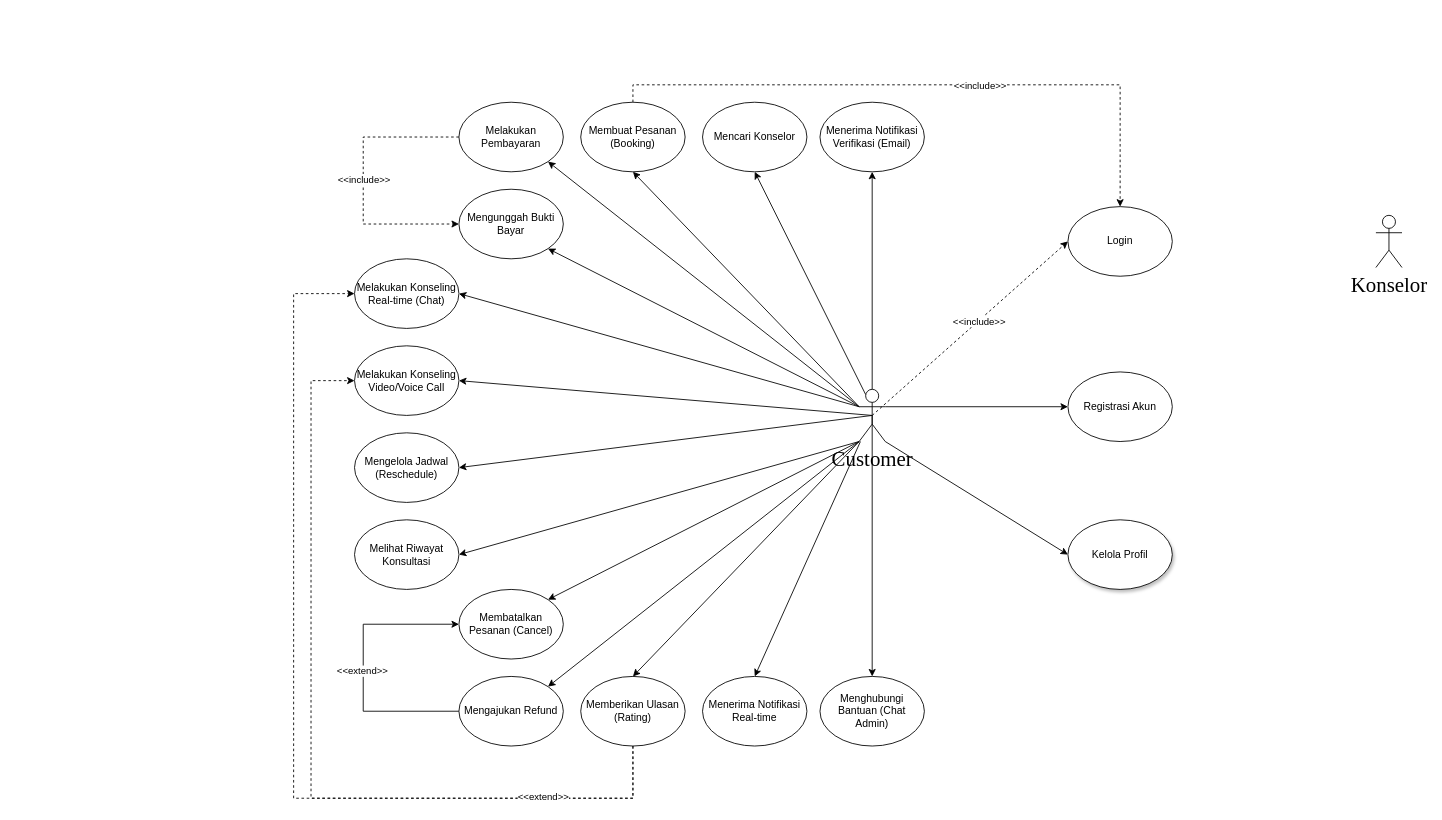
Above: Use Case Diagram.drawio in UlulAzmiALatala/moodly-app (draw.io), before the change. Source tidied: cells renumbered, new cells numbered last; positions are measured from the earlier drawing's top-left corner, leaving out a move shared by most shapes. Both pictures are drawn from the tidied source at 87%, with x=0, y=0 at pixel (293, 102).
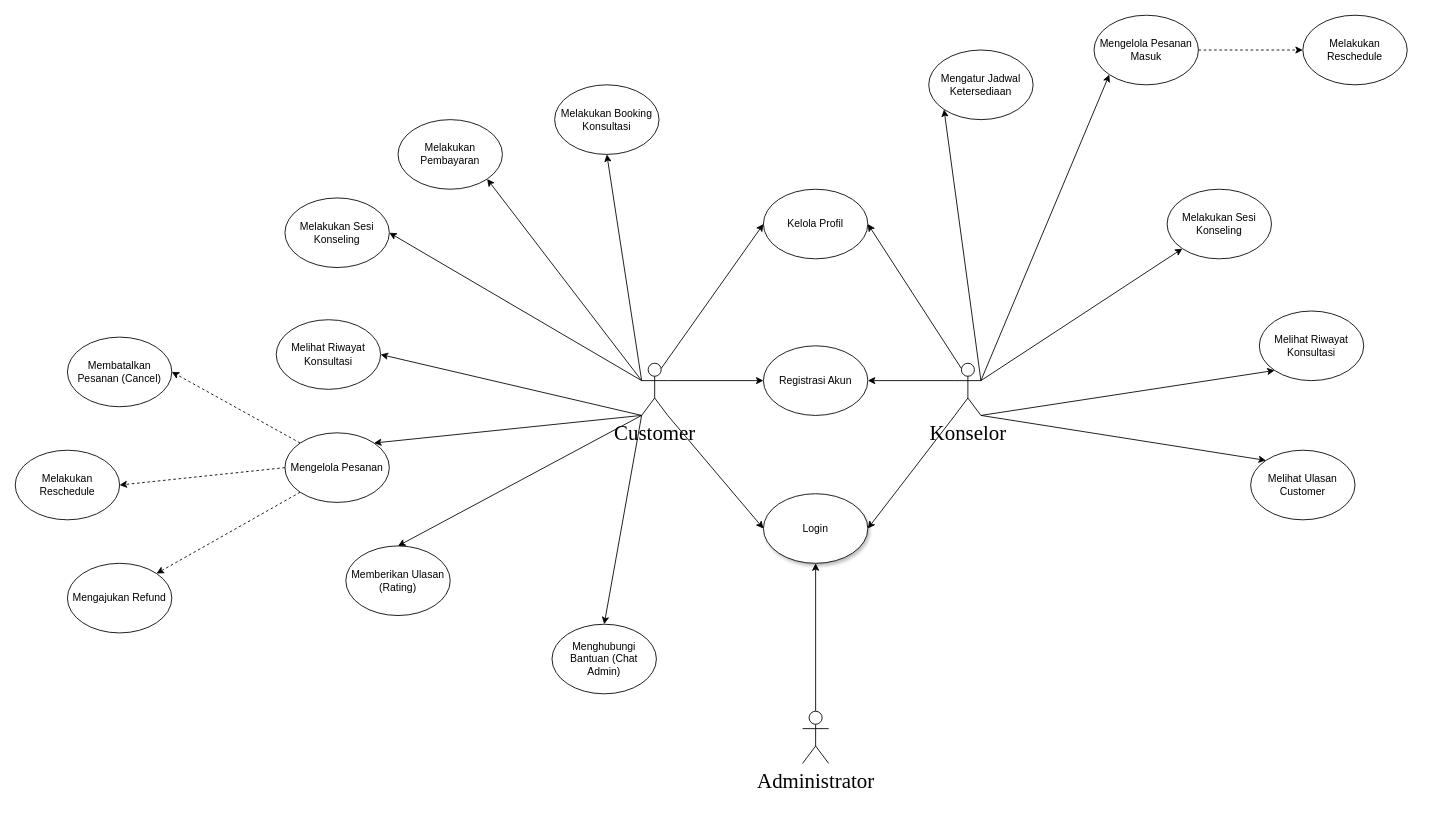
After the change.

What changed in the source:
```diff
@@
-    <mxCell id="2" style="rounded=0;jettySize=auto;html=1;exitX=0.5;exitY=0.5;exitDx=0;exitDy=0;exitPerimeter=0;entryX=0;entryY=0.5;entryDx=0;entryDy=0;dashed=1;" parent="1" edge="1" source="20" target="32">
+    <mxCell id="2" style="rounded=0;jettySize=auto;html=1;exitX=0.75;exitY=0.1;exitDx=0;exitDy=0;exitPerimeter=0;entryX=0;entryY=0.5;entryDx=0;entryDy=0;" parent="1" edge="1" source="20" target="32">
       <mxGeometry relative="1" as="geometry" />
     </mxCell>
-    <mxCell id="3" value="&amp;lt;&amp;lt;include&amp;gt;&amp;gt;" style="edgeLabel;html=1;align=center;verticalAlign=middle;" parent="2" vertex="1">
-      <mxGeometry x="0.08" y="-1" relative="1" as="geometry">
-        <mxPoint y="-1" as="offset" />
-      </mxGeometry>
-    </mxCell>
@@
-    <mxCell id="6" style="rounded=0;jettySize=auto;html=1;exitX=0.5;exitY=0;exitDx=0;exitDy=0;exitPerimeter=0;entryX=0.5;entryY=1;entryDx=0;entryDy=0;" parent="1" edge="1" source="20" target="25">
-      <mxGeometry relative="1" as="geometry" />
-    </mxCell>
-    <mxCell id="7" style="rounded=0;jettySize=auto;html=1;exitX=0.5;exitY=0.5;exitDx=0;exitDy=0;exitPerimeter=0;entryX=0.5;entryY=0;entryDx=0;entryDy=0;" parent="1" edge="1" source="20" target="46">
+    <mxCell id="7" style="rounded=0;jettySize=auto;html=1;exitX=0;exitY=1;exitDx=0;exitDy=0;exitPerimeter=0;entryX=0.5;entryY=0;entryDx=0;entryDy=0;" parent="1" edge="1" source="20" target="46">
       <mxGeometry relative="1" as="geometry" />
     </mxCell>
-    <mxCell id="8" style="rounded=0;jettySize=auto;html=1;exitX=0.25;exitY=0.1;exitDx=0;exitDy=0;exitPerimeter=0;entryX=0.5;entryY=1;entryDx=0;entryDy=0;" parent="1" edge="1" source="20" target="30">
-      <mxGeometry relative="1" as="geometry" />
-    </mxCell>
@@
-    <mxCell id="10" style="rounded=0;jettySize=auto;html=1;exitX=0.5;exitY=0.5;exitDx=0;exitDy=0;exitPerimeter=0;entryX=1;entryY=0.5;entryDx=0;entryDy=0;" parent="1" edge="1" source="20" target="22">
-      <mxGeometry relative="1" as="geometry" />
-    </mxCell>
-    <mxCell id="11" style="rounded=0;jettySize=auto;html=1;exitX=0.5;exitY=0.5;exitDx=0;exitDy=0;exitPerimeter=0;entryX=1;entryY=0.5;entryDx=0;entryDy=0;" parent="1" edge="1" source="20" target="26">
-      <mxGeometry relative="1" as="geometry" />
-    </mxCell>
@@
-    <mxCell id="13" style="rounded=0;jettySize=auto;html=1;exitX=0;exitY=0.3333333333333333;exitDx=0;exitDy=0;exitPerimeter=0;entryX=1;entryY=1;entryDx=0;entryDy=0;" parent="1" edge="1" source="20" target="23">
-      <mxGeometry relative="1" as="geometry" />
-    </mxCell>
@@
-    <mxCell id="16" style="rounded=0;jettySize=auto;html=1;exitX=0;exitY=1;exitDx=0;exitDy=0;exitPerimeter=0;entryX=1;entryY=0;entryDx=0;entryDy=0;" parent="1" edge="1" source="20" target="37">
-      <mxGeometry relative="1" as="geometry" />
-    </mxCell>
@@
-    <mxCell id="19" style="rounded=0;jettySize=auto;html=1;entryX=0.5;entryY=0;entryDx=0;entryDy=0;" parent="1" edge="1" source="20" target="45">
-      <mxGeometry relative="1" as="geometry" />
-    </mxCell>
     <mxCell id="20" value="&lt;font face=&quot;Times New Roman&quot; style=&quot;font-size: 24px;&quot;&gt;Customer&lt;/font&gt;" style="shape=umlActor;verticalLabelPosition=bottom;verticalAlign=top;html=1;outlineConnect=0;" parent="1" vertex="1">
-      <mxGeometry x="650" y="330" width="30" height="60" as="geometry" />
+      <mxGeometry x="400" y="300" width="30" height="60" as="geometry" />
     </mxCell>
-    <mxCell id="21" value="Kelola Profil" style="ellipse;whiteSpace=wrap;html=1;shadow=1;" parent="1" vertex="1">
-      <mxGeometry x="890" y="480" width="120" height="80" as="geometry" />
+    <mxCell id="21" value="Login" style="ellipse;whiteSpace=wrap;html=1;shadow=1;" parent="1" vertex="1">
+      <mxGeometry x="540" y="450" width="120" height="80" as="geometry" />
     </mxCell>
-    <mxCell id="22" value="Mengelola Jadwal (Reschedule)" style="ellipse;whiteSpace=wrap;html=1;" parent="1" vertex="1">
-      <mxGeometry x="70" y="380" width="120" height="80" as="geometry" />
+    <mxCell id="22" value="Melakukan Reschedule" style="ellipse;whiteSpace=wrap;html=1;" parent="1" vertex="1">
+      <mxGeometry x="-320" y="400" width="120" height="80" as="geometry" />
     </mxCell>
-    <mxCell id="23" value="Mengunggah Bukti Bayar" style="ellipse;whiteSpace=wrap;html=1;" parent="1" vertex="1">
-      <mxGeometry x="190" y="100" width="120" height="80" as="geometry" />
-    </mxCell>
     <mxCell id="24" value="Registrasi Akun" style="ellipse;whiteSpace=wrap;html=1;" parent="1" vertex="1">
-      <mxGeometry x="890" y="310" width="120" height="80" as="geometry" />
+      <mxGeometry x="540" y="280" width="120" height="80" as="geometry" />
     </mxCell>
-    <mxCell id="25" value="Menerima Notifikasi Verifikasi (Email)" style="ellipse;whiteSpace=wrap;html=1;" parent="1" vertex="1">
-      <mxGeometry x="605" width="120" height="80" as="geometry" />
-    </mxCell>
-    <mxCell id="26" value="Melakukan Konseling Video/Voice Call" style="ellipse;whiteSpace=wrap;html=1;" parent="1" vertex="1">
-      <mxGeometry x="70" y="280" width="120" height="80" as="geometry" />
-    </mxCell>
-    <mxCell id="27" style="rounded=0;jettySize=auto;html=1;exitX=0.5;exitY=0;exitDx=0;exitDy=0;entryX=0.5;entryY=0;entryDx=0;entryDy=0;edgeStyle=orthogonalEdgeStyle;dashed=1;" parent="1" edge="1" source="29" target="32">
-      <mxGeometry relative="1" as="geometry" />
-    </mxCell>
-    <mxCell id="28" value="&amp;lt;&amp;lt;include&amp;gt;&amp;gt;" style="edgeLabel;html=1;align=center;verticalAlign=middle;" parent="27" vertex="1">
-      <mxGeometry x="0.15" relative="1" as="geometry">
-        <mxPoint x="4" as="offset" />
-      </mxGeometry>
-    </mxCell>
-    <mxCell id="29" value="Membuat Pesanan (Booking)" style="ellipse;whiteSpace=wrap;html=1;" parent="1" vertex="1">
-      <mxGeometry x="330" width="120" height="80" as="geometry" />
+    <mxCell id="29" value="Melakukan Booking Konsultasi" style="ellipse;whiteSpace=wrap;html=1;" parent="1" vertex="1">
+      <mxGeometry x="300" y="-20" width="120" height="80" as="geometry" />
     </mxCell>
-    <mxCell id="30" value="Mencari Konselor" style="ellipse;whiteSpace=wrap;html=1;" parent="1" vertex="1">
-      <mxGeometry x="470" width="120" height="80" as="geometry" />
-    </mxCell>
-    <mxCell id="31" value="&lt;p&gt;Melakukan Konseling Real-time (Chat)&lt;/p&gt;" style="ellipse;whiteSpace=wrap;html=1;" parent="1" vertex="1">
-      <mxGeometry x="70" y="180" width="120" height="80" as="geometry" />
+    <mxCell id="31" value="&lt;p&gt;Melakukan Sesi Konseling&lt;/p&gt;" style="ellipse;whiteSpace=wrap;html=1;" parent="1" vertex="1">
+      <mxGeometry x="-10" y="110" width="120" height="80" as="geometry" />
     </mxCell>
-    <mxCell id="32" value="Login" style="ellipse;whiteSpace=wrap;html=1;" parent="1" vertex="1">
-      <mxGeometry x="890" y="120" width="120" height="80" as="geometry" />
+    <mxCell id="32" value="Kelola Profil" style="ellipse;whiteSpace=wrap;html=1;" parent="1" vertex="1">
+      <mxGeometry x="540" y="100" width="120" height="80" as="geometry" />
     </mxCell>
-    <mxCell id="33" style="edgeStyle=orthogonalEdgeStyle;rounded=0;jettySize=auto;html=1;exitX=0;exitY=0.5;exitDx=0;exitDy=0;entryX=0;entryY=0.5;entryDx=0;entryDy=0;dashed=1;" parent="1" edge="1" source="35" target="23">
-      <mxGeometry relative="1" as="geometry">
-        <Array as="points">
-          <mxPoint x="80" y="40" />
-          <mxPoint x="80" y="140" />
-        </Array>
-      </mxGeometry>
-    </mxCell>
-    <mxCell id="34" value="&amp;lt;&amp;lt;include&amp;gt;&amp;gt;" style="edgeLabel;html=1;align=center;verticalAlign=middle;" parent="33" vertex="1">
-      <mxGeometry x="-0.02" relative="1" as="geometry">
-        <mxPoint y="1" as="offset" />
-      </mxGeometry>
-    </mxCell>
     <mxCell id="35" value="Melakukan Pembayaran" style="ellipse;whiteSpace=wrap;html=1;" parent="1" vertex="1">
-      <mxGeometry x="190" width="120" height="80" as="geometry" />
+      <mxGeometry x="120" y="20" width="120" height="80" as="geometry" />
     </mxCell>
     <mxCell id="36" value="Melihat Riwayat Konsultasi" style="ellipse;whiteSpace=wrap;html=1;" parent="1" vertex="1">
-      <mxGeometry x="70" y="480" width="120" height="80" as="geometry" />
+      <mxGeometry x="-20" y="250" width="120" height="80" as="geometry" />
     </mxCell>
     <mxCell id="37" value="Membatalkan Pesanan (Cancel)" style="ellipse;whiteSpace=wrap;html=1;" parent="1" vertex="1">
-      <mxGeometry x="190" y="560" width="120" height="80" as="geometry" />
+      <mxGeometry x="-260" y="270" width="120" height="80" as="geometry" />
     </mxCell>
+    <mxCell id="49" style="rounded=0;jettySize=auto;html=1;exitX=0;exitY=0.5;exitDx=0;exitDy=0;entryX=1;entryY=0.5;entryDx=0;entryDy=0;dashed=1;" parent="1" edge="1" source="40" target="22">
+      <mxGeometry relative="1" as="geometry" />
+    </mxCell>
-    <mxCell id="38" style="edgeStyle=orthogonalEdgeStyle;rounded=0;jettySize=auto;html=1;exitX=0;exitY=0.5;exitDx=0;exitDy=0;entryX=0;entryY=0.5;entryDx=0;entryDy=0;" parent="1" edge="1" source="40" target="37">
-      <mxGeometry relative="1" as="geometry">
-        <Array as="points">
-          <mxPoint x="80" y="700" />
-          <mxPoint x="80" y="600" />
-        </Array>
-      </mxGeometry>
+    <mxCell id="38" style="rounded=0;jettySize=auto;html=1;exitX=0;exitY=0;exitDx=0;exitDy=0;entryX=1;entryY=0.5;entryDx=0;entryDy=0;dashed=1;" parent="1" edge="1" source="40" target="37">
+      <mxGeometry relative="1" as="geometry" />
     </mxCell>
-    <mxCell id="39" value="&amp;lt;&amp;lt;extend&amp;gt;&amp;gt;" style="edgeLabel;html=1;align=center;verticalAlign=middle;" parent="38" vertex="1">
-      <mxGeometry x="-0.01" y="2" relative="1" as="geometry">
-        <mxPoint y="1" as="offset" />
-      </mxGeometry>
-    </mxCell>
+    <mxCell id="50" style="rounded=0;jettySize=auto;html=1;exitX=0;exitY=1;exitDx=0;exitDy=0;entryX=1;entryY=0;entryDx=0;entryDy=0;dashed=1;" parent="1" edge="1" source="40" target="59">
+      <mxGeometry relative="1" as="geometry" />
+    </mxCell>
-    <mxCell id="40" value="Mengajukan Refund" style="ellipse;whiteSpace=wrap;html=1;" parent="1" vertex="1">
-      <mxGeometry x="190" y="660" width="120" height="80" as="geometry" />
+    <mxCell id="40" value="Mengelola Pesanan" style="ellipse;whiteSpace=wrap;html=1;" parent="1" vertex="1">
+      <mxGeometry x="-10" y="380" width="120" height="80" as="geometry" />
     </mxCell>
-    <mxCell id="41" style="edgeStyle=orthogonalEdgeStyle;rounded=0;jettySize=auto;html=1;exitX=0.5;exitY=1;exitDx=0;exitDy=0;entryX=0;entryY=0.5;entryDx=0;entryDy=0;dashed=1;" parent="1" edge="1" source="44" target="31">
-      <mxGeometry relative="1" as="geometry">
-        <Array as="points">
-          <mxPoint x="390" y="800" />
-          <mxPoint y="800" />
-          <mxPoint y="220" />
-        </Array>
-      </mxGeometry>
-    </mxCell>
-    <mxCell id="42" style="edgeStyle=orthogonalEdgeStyle;rounded=0;jettySize=auto;html=1;exitX=0.5;exitY=1;exitDx=0;exitDy=0;entryX=0;entryY=0.5;entryDx=0;entryDy=0;dashed=1;" parent="1" edge="1" source="44" target="26">
-      <mxGeometry relative="1" as="geometry">
-        <Array as="points">
-          <mxPoint x="390" y="800" />
-          <mxPoint x="20" y="800" />
-          <mxPoint x="20" y="320" />
-        </Array>
-      </mxGeometry>
-    </mxCell>
-    <mxCell id="43" value="&amp;lt;&amp;lt;extend&amp;gt;&amp;gt;" style="edgeLabel;html=1;align=center;verticalAlign=middle;" parent="42" vertex="1">
-      <mxGeometry x="-0.66" y="-2" relative="1" as="geometry">
-        <mxPoint x="-1" as="offset" />
-      </mxGeometry>
-    </mxCell>
     <mxCell id="44" value="Memberikan Ulasan (Rating)" style="ellipse;whiteSpace=wrap;html=1;" parent="1" vertex="1">
-      <mxGeometry x="330" y="660" width="120" height="80" as="geometry" />
+      <mxGeometry x="60" y="510" width="120" height="80" as="geometry" />
     </mxCell>
-    <mxCell id="45" value="Menerima Notifikasi Real-time" style="ellipse;whiteSpace=wrap;html=1;" parent="1" vertex="1">
-      <mxGeometry x="470" y="660" width="120" height="80" as="geometry" />
-    </mxCell>
     <mxCell id="46" value="Menghubungi Bantuan (Chat Admin)" style="ellipse;whiteSpace=wrap;html=1;" parent="1" vertex="1">
-      <mxGeometry x="605" y="660" width="120" height="80" as="geometry" />
+      <mxGeometry x="297" y="600" width="120" height="80" as="geometry" />
     </mxCell>
@@
+    <mxCell id="51" style="rounded=0;jettySize=auto;html=1;exitX=0;exitY=0.3333333333333333;exitDx=0;exitDy=0;exitPerimeter=0;entryX=1;entryY=0.5;entryDx=0;entryDy=0;" parent="1" edge="1" source="48" target="24">
+      <mxGeometry relative="1" as="geometry" />
+    </mxCell>
+    <mxCell id="52" style="rounded=0;jettySize=auto;html=1;exitX=0.25;exitY=0.1;exitDx=0;exitDy=0;exitPerimeter=0;entryX=1;entryY=0.5;entryDx=0;entryDy=0;" parent="1" edge="1" source="48" target="32">
+      <mxGeometry relative="1" as="geometry" />
+    </mxCell>
+    <mxCell id="53" style="rounded=0;jettySize=auto;html=1;exitX=0;exitY=1;exitDx=0;exitDy=0;exitPerimeter=0;entryX=1;entryY=0.5;entryDx=0;entryDy=0;" parent="1" edge="1" source="48" target="21">
+      <mxGeometry relative="1" as="geometry" />
+    </mxCell>
+    <mxCell id="54" style="rounded=0;jettySize=auto;html=1;entryX=0;entryY=1;entryDx=0;entryDy=0;" parent="1" edge="1" target="66">
+      <mxGeometry relative="1" as="geometry">
+        <mxPoint x="790" y="320" as="sourcePoint" />
+      </mxGeometry>
+    </mxCell>
+    <mxCell id="55" style="rounded=0;jettySize=auto;html=1;exitX=1;exitY=0.3333333333333333;exitDx=0;exitDy=0;exitPerimeter=0;entryX=0;entryY=1;entryDx=0;entryDy=0;" parent="1" edge="1" source="48" target="64">
+      <mxGeometry relative="1" as="geometry" />
+    </mxCell>
+    <mxCell id="56" style="rounded=0;jettySize=auto;html=1;exitX=1;exitY=0.3333333333333333;exitDx=0;exitDy=0;exitPerimeter=0;entryX=0;entryY=1;entryDx=0;entryDy=0;" parent="1" edge="1" source="48" target="62">
+      <mxGeometry relative="1" as="geometry" />
+    </mxCell>
+    <mxCell id="57" style="rounded=0;jettySize=auto;html=1;exitX=1;exitY=1;exitDx=0;exitDy=0;exitPerimeter=0;entryX=0;entryY=1;entryDx=0;entryDy=0;" parent="1" edge="1" source="48" target="67">
+      <mxGeometry relative="1" as="geometry" />
+    </mxCell>
+    <mxCell id="58" style="rounded=0;jettySize=auto;html=1;exitX=1;exitY=1;exitDx=0;exitDy=0;exitPerimeter=0;entryX=0;entryY=0;entryDx=0;entryDy=0;" parent="1" edge="1" source="48" target="65">
+      <mxGeometry relative="1" as="geometry" />
+    </mxCell>
     <mxCell id="48" value="&lt;font face=&quot;Times New Roman&quot; style=&quot;font-size: 24px;&quot;&gt;Konselor&lt;/font&gt;" style="shape=umlActor;verticalLabelPosition=bottom;verticalAlign=top;html=1;outlineConnect=0;" parent="1" vertex="1">
-      <mxGeometry x="1244" y="130" width="30" height="60" as="geometry" />
+      <mxGeometry x="760" y="300" width="30" height="60" as="geometry" />
     </mxCell>
+    <mxCell id="59" value="Mengajukan Refund" style="ellipse;whiteSpace=wrap;html=1;" parent="1" vertex="1">
+      <mxGeometry x="-260" y="530" width="120" height="80" as="geometry" />
+    </mxCell>
+    <mxCell id="60" style="rounded=0;jettySize=auto;html=1;exitX=0.5;exitY=0;exitDx=0;exitDy=0;exitPerimeter=0;entryX=0.5;entryY=1;entryDx=0;entryDy=0;" parent="1" edge="1" source="61" target="21">
+      <mxGeometry relative="1" as="geometry" />
+    </mxCell>
+    <mxCell id="61" value="&lt;font face=&quot;Times New Roman&quot; style=&quot;font-size: 24px;&quot;&gt;Administrator&lt;/font&gt;" style="shape=umlActor;verticalLabelPosition=bottom;verticalAlign=top;html=1;outlineConnect=0;" parent="1" vertex="1">
+      <mxGeometry x="585" y="700" width="30" height="60" as="geometry" />
+    </mxCell>
+    <mxCell id="62" value="Melakukan Sesi Konseling" style="ellipse;whiteSpace=wrap;html=1;" parent="1" vertex="1">
+      <mxGeometry x="1004" y="100" width="120" height="80" as="geometry" />
+    </mxCell>
+    <mxCell id="63" style="rounded=0;jettySize=auto;html=1;exitX=1;exitY=0.5;exitDx=0;exitDy=0;entryX=0;entryY=0.5;entryDx=0;entryDy=0;dashed=1;" parent="1" edge="1" source="64" target="68">
+      <mxGeometry relative="1" as="geometry" />
+    </mxCell>
+    <mxCell id="64" value="Mengelola Pesanan Masuk" style="ellipse;whiteSpace=wrap;html=1;" parent="1" vertex="1">
+      <mxGeometry x="920" y="-100" width="120" height="80" as="geometry" />
+    </mxCell>
+    <mxCell id="65" value="Melihat Ulasan Customer" style="ellipse;whiteSpace=wrap;html=1;" parent="1" vertex="1">
+      <mxGeometry x="1100" y="400" width="120" height="80" as="geometry" />
+    </mxCell>
+    <mxCell id="66" value="Mengatur Jadwal Ketersediaan" style="ellipse;whiteSpace=wrap;html=1;" parent="1" vertex="1">
+      <mxGeometry x="730" y="-60" width="120" height="80" as="geometry" />
+    </mxCell>
+    <mxCell id="67" value="Melihat Riwayat Konsultasi" style="ellipse;whiteSpace=wrap;html=1;" parent="1" vertex="1">
+      <mxGeometry x="1110" y="240" width="120" height="80" as="geometry" />
+    </mxCell>
+    <mxCell id="68" value="Melakukan Reschedule" style="ellipse;whiteSpace=wrap;html=1;" parent="1" vertex="1">
+      <mxGeometry x="1160" y="-100" width="120" height="80" as="geometry" />
+    </mxCell>
```
